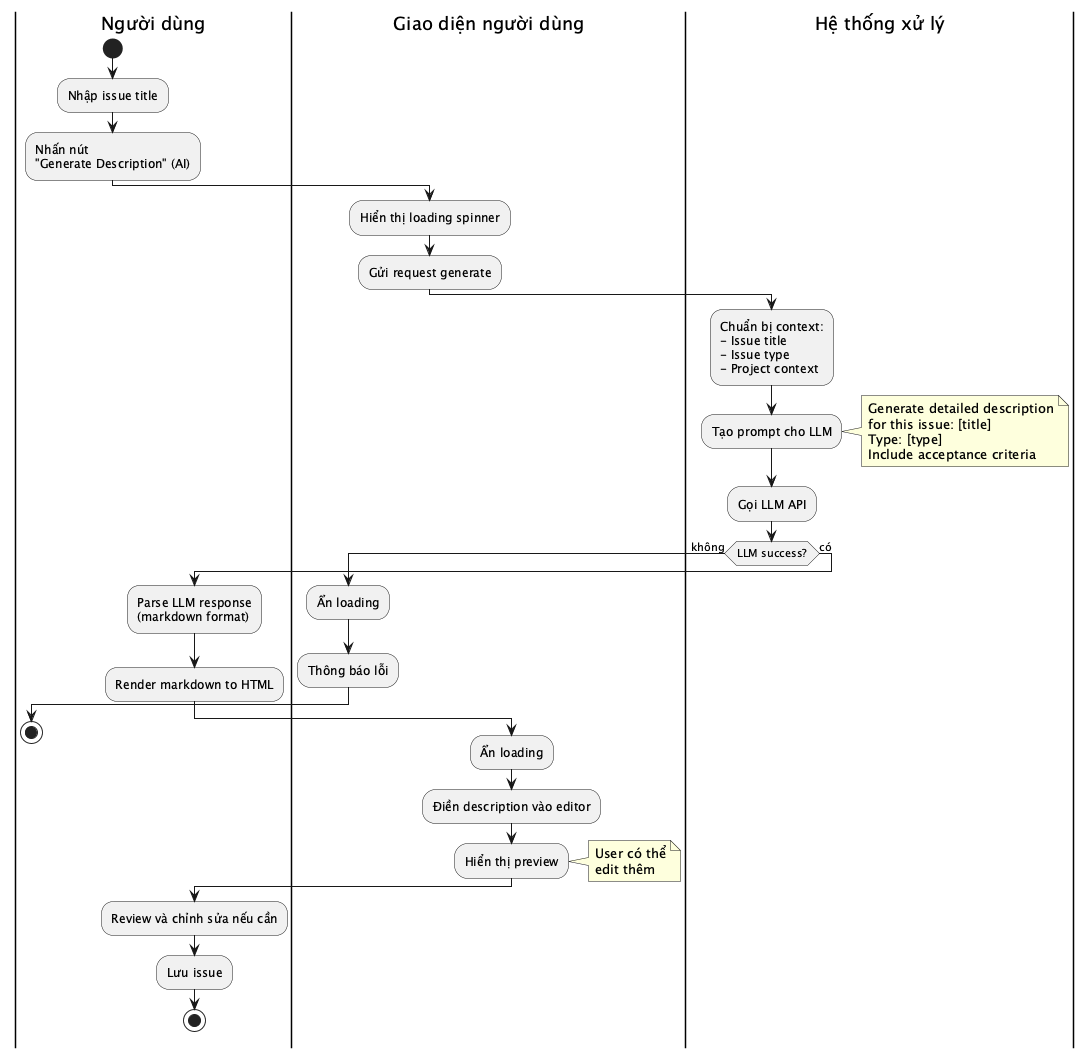
This is reports/dat-examples/report/images/act_generate_issue_description.png from toantran292/datn, a PlantUML export, as it was before one commit.
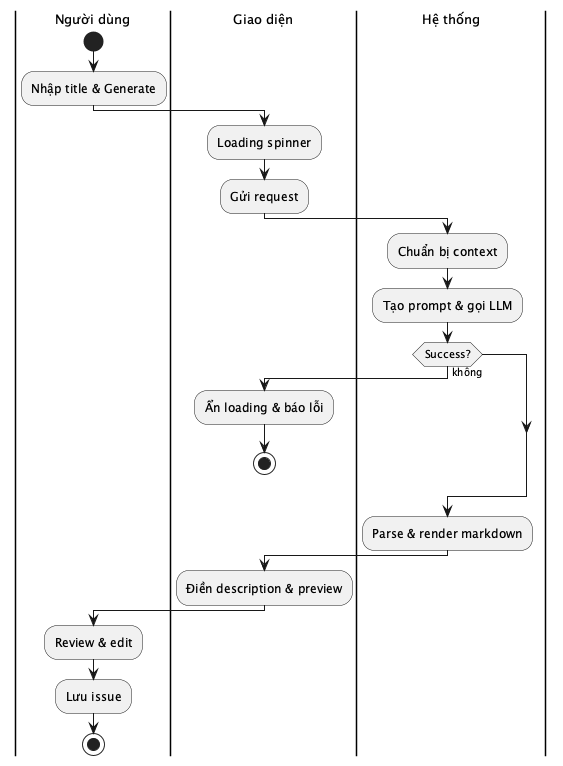
The same diagram one commit later.

The edit, as a diff of the source:
```diff
@@ -1,46 +1,36 @@
 @startuml act_generate_issue_description
+skinparam defaultFontSize 13
+skinparam activityFontSize 12
+skinparam activityDiamondFontSize 11
+skinparam activityArrowFontSize 10
+skinparam partitionFontSize 13
+
 |Người dùng|
 start
-:Nhập issue title;
-:Nhấn nút
-"Generate Description" (AI);
-|Giao diện người dùng|
-:Hiển thị loading spinner;
-:Gửi request generate;
-|Hệ thống xử lý|
-:Chuẩn bị context:
-- Issue title
-- Issue type
-- Project context;
-:Tạo prompt cho LLM;
-note right
-  Generate detailed description
-  for this issue: [title]
-  Type: [type]
-  Include acceptance criteria
-end note
-:Gọi LLM API;
-if (LLM success?) then (không)
-  |Giao diện người dùng|
-  :Ẩn loading;
-  :Thông báo lỗi;
-  |Người dùng|
-  stop
-else (có)
-  :Parse LLM response
-  (markdown format);
-  :Render markdown to HTML;
-  |Giao diện người dùng|
-  :Ẩn loading;
-  :Điền description vào editor;
-  :Hiển thị preview;
-  note right
-    User có thể
-    edit thêm
-  end note
-  |Người dùng|
-  :Review và chỉnh sửa nếu cần;
-  :Lưu issue;
+:Nhập title & Generate;
+
+|Giao diện|
+:Loading spinner;
+:Gửi request;
+
+|Hệ thống|
+:Chuẩn bị context;
+:Tạo prompt & gọi LLM;
+
+if (Success?) then (không)
+  |Giao diện|
+  :Ẩn loading & báo lỗi;
   stop
 endif
+
+|Hệ thống|
+:Parse & render markdown;
+
+|Giao diện|
+:Điền description & preview;
+
+|Người dùng|
+:Review & edit;
+:Lưu issue;
+stop
 @enduml
```
